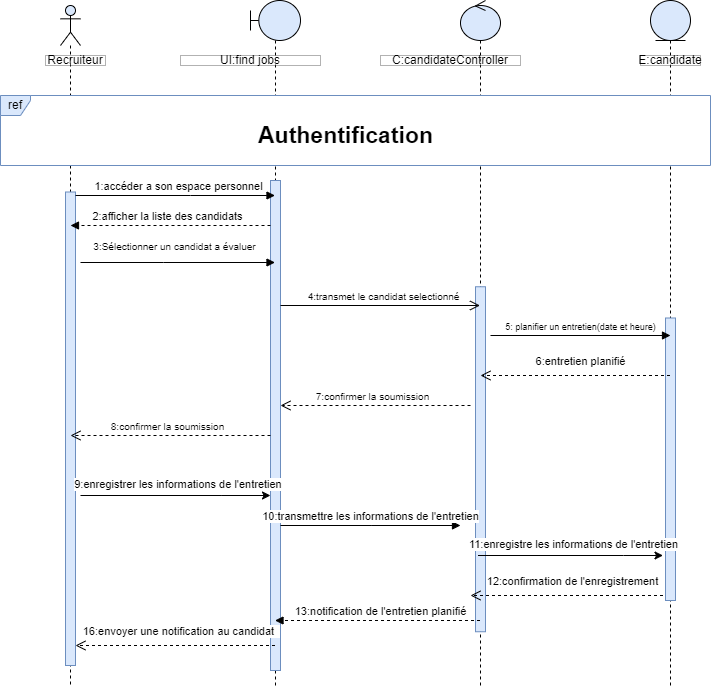
The draw.io diagram Diagramme sequence Traiter une candidature.drawio.png in chirine1/-project, before a commit. Source tidied: cells renumbered, new cells last; positions are measured from the earlier drawing's top-left corner, leaving out a move shared by most shapes.
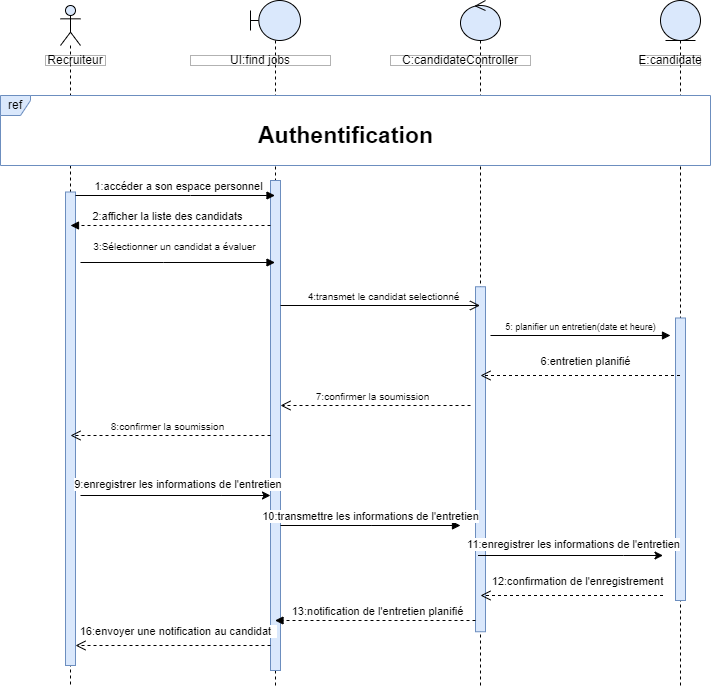
Later version of the same file.

Commit message:
Mettre à jour Diagramme sequence Traiter une candidature.drawio.png

Diff of the diagram source:
```diff
@@ -9,7 +9,7 @@
       <mxGeometry x="20" y="180" width="10" height="490" as="geometry" />
     </mxCell>
     <mxCell id="4" style="shape=umlLifeline;perimeter=lifelinePerimeter;whiteSpace=wrap;html=1;outlineConnect=0;portConstraint=eastwest;newEdgeStyle={&quot;curved&quot;:0,&quot;rounded&quot;:0};participant=umlEntity;fillColor=#dae8fc;strokeColor=default;" parent="1" vertex="1">
-      <mxGeometry x="650" width="40" height="685" as="geometry" />
+      <mxGeometry x="660" width="40" height="685" as="geometry" />
     </mxCell>
     <mxCell id="5" style="html=1;perimeter=orthogonalPerimeter;targetShapes=umlLifeline;newEdgeStyle={&quot;curved&quot;:0,&quot;rounded&quot;:0};fillColor=#dae8fc;strokeColor=#6c8ebf;" parent="4" vertex="1">
       <mxGeometry x="15" y="317.5" width="10" height="282.5" as="geometry" />
@@ -40,10 +40,10 @@
       <mxGeometry x="45" y="55" width="60" height="10" as="geometry" />
     </mxCell>
     <mxCell id="13" value="UI:find jobs" style="html=1;whiteSpace=wrap;opacity=30;gradientColor=none;fillColor=default;fillStyle=auto;rounded=0;" parent="1" vertex="1">
-      <mxGeometry x="180" y="55" width="140" height="10" as="geometry" />
+      <mxGeometry x="190" y="55" width="140" height="10" as="geometry" />
     </mxCell>
     <mxCell id="14" value="C:candidateController" style="html=1;whiteSpace=wrap;opacity=30;gradientColor=none;fillColor=default;fillStyle=auto;rounded=0;" parent="1" vertex="1">
-      <mxGeometry x="380" y="55" width="140" height="10" as="geometry" />
+      <mxGeometry x="390" y="55" width="140" height="10" as="geometry" />
     </mxCell>
     <mxCell id="15" value="E:candidate" style="html=1;whiteSpace=wrap;opacity=30;gradientColor=none;fillColor=default;fillStyle=auto;rounded=0;" parent="1" vertex="1">
       <mxGeometry x="640" y="55" width="60" height="10" as="geometry" />
@@ -103,7 +103,7 @@
     <mxCell id="24" value="&lt;div style=&quot;text-align: left;&quot;&gt;12:confirmation de l'enregistrement&lt;/div&gt;" style="html=1;verticalAlign=bottom;endArrow=open;dashed=1;endSize=8;curved=0;rounded=0;" parent="1" edge="1">
       <mxGeometry x="-0.06" y="-5" relative="1" as="geometry">
         <mxPoint x="662.5" y="595" as="sourcePoint" />
-        <mxPoint x="470" y="595" as="targetPoint" />
+        <mxPoint x="480" y="595" as="targetPoint" />
       </mxGeometry>
     </mxCell>
     <mxCell id="25" value="&lt;font style=&quot;font-size: 10px;&quot;&gt;7:confirmer la soumission&lt;/font&gt;" style="html=1;verticalAlign=bottom;endArrow=open;dashed=1;endSize=8;curved=0;rounded=0;" parent="1" edge="1">
@@ -127,7 +127,7 @@
         </Array>
       </mxGeometry>
     </mxCell>
-    <mxCell id="28" value="11:enregistre les informations de l'entretien" style="edgeLabel;html=1;align=center;verticalAlign=middle;" parent="27" vertex="1">
+    <mxCell id="28" value="11:enregistrer les informations de l'entretien" style="edgeLabel;html=1;align=center;verticalAlign=middle;" parent="27" vertex="1">
       <mxGeometry x="-0.03" y="-1" relative="1" as="geometry">
         <mxPoint x="6" y="-13" as="offset" />
       </mxGeometry>
@@ -138,15 +138,16 @@
         <mxPoint x="70" y="435" as="targetPoint" />
       </mxGeometry>
     </mxCell>
-    <mxCell id="30" value="13:notification de l'entretien planifié" style="html=1;verticalAlign=bottom;endArrow=block;curved=0;rounded=0;dashed=1;" parent="1" edge="1" source="6" target="2">
+    <mxCell id="30" value="13:notification de l'entretien planifié" style="html=1;verticalAlign=bottom;endArrow=block;curved=0;rounded=0;dashed=1;" parent="1" edge="1" source="7" target="2">
       <mxGeometry x="-0.02" relative="1" as="geometry">
         <Array as="points">
           <mxPoint x="343.1" y="620" />
         </Array>
       </mxGeometry>
     </mxCell>
-    <mxCell id="31" value="&lt;div style=&quot;text-align: left;&quot;&gt;16:envoyer une notification au candidat&amp;nbsp;&amp;nbsp;&lt;/div&gt;" style="html=1;verticalAlign=bottom;endArrow=open;dashed=1;endSize=8;curved=0;rounded=0;" parent="1" edge="1" source="2" target="9">
+    <mxCell id="31" value="&lt;div style=&quot;text-align: left;&quot;&gt;16:envoyer une notification au candidat&amp;nbsp;&amp;nbsp;&lt;/div&gt;" style="html=1;verticalAlign=bottom;endArrow=open;dashed=1;endSize=8;curved=0;rounded=0;" parent="1" edge="1" target="9">
       <mxGeometry x="-0.06" y="-5" relative="1" as="geometry">
+        <mxPoint x="270" y="645" as="sourcePoint" />
         <Array as="points">
           <mxPoint x="140" y="645" />
         </Array>
```
